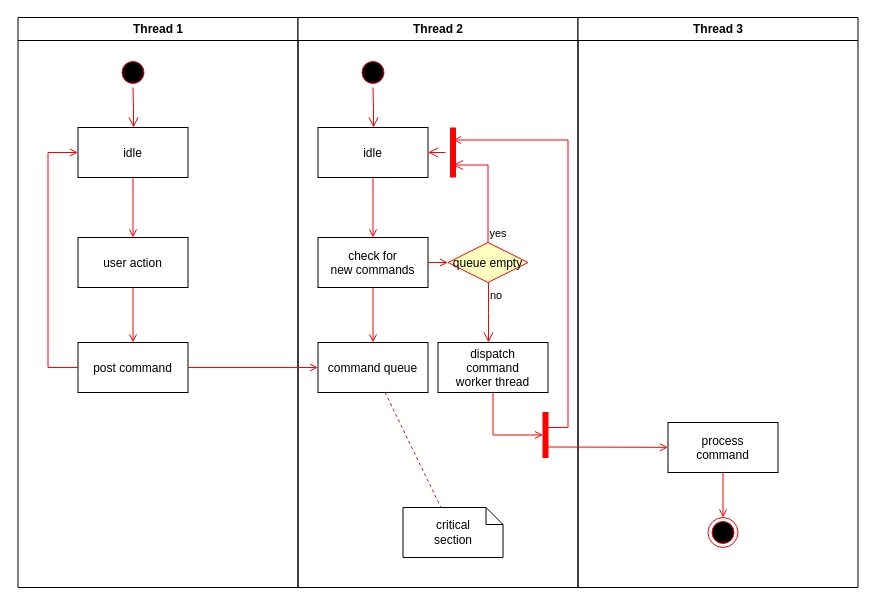
Earlier version of the draw.io diagram Chat Activity Diagram.drawio (Arisa-Ndreu/test). Source tidied: cells renumbered, new cells numbered last; positions are measured from the earlier drawing's top-left corner, leaving out a move shared by most shapes. Both pictures are drawn from the tidied source at 100%, with x=0, y=0 at pixel (17, 17).
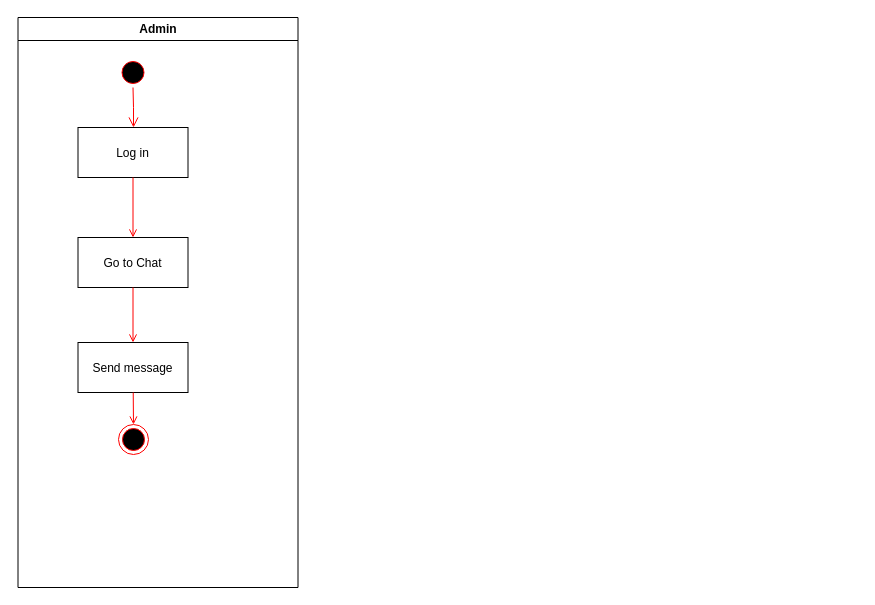
The same diagram, later.

Diff of the diagram source:
```diff
@@
-    <mxCell id="2" value="Thread 1" style="swimlane;whiteSpace=wrap;" parent="1" vertex="1">
+    <mxCell id="2" value="Admin" style="swimlane;whiteSpace=wrap;" parent="1" vertex="1">
       <mxGeometry x="0.5" width="280" height="570" as="geometry" />
     </mxCell>
@@
-    <mxCell id="5" value="idle" parent="2" vertex="1">
+    <mxCell id="5" value="Log in" parent="2" vertex="1">
       <mxGeometry x="60" y="110" width="110" height="50" as="geometry" />
     </mxCell>
-    <mxCell id="6" value="user action" parent="2" vertex="1">
+    <mxCell id="6" value="Go to Chat" parent="2" vertex="1">
       <mxGeometry x="60" y="220" width="110" height="50" as="geometry" />
     </mxCell>
@@
-    <mxCell id="8" value="post command" parent="2" vertex="1">
+    <mxCell id="8" value="Send message" parent="2" vertex="1">
       <mxGeometry x="60" y="325" width="110" height="50" as="geometry" />
     </mxCell>
@@
-    <mxCell id="10" style="edgeStyle=elbowEdgeStyle;elbow=horizontal;strokeColor=#FF0000;endArrow=open;endFill=1;rounded=0;" parent="2" edge="1" source="8" target="5">
-      <mxGeometry relative="1" as="geometry">
-        <Array as="points">
-          <mxPoint x="30" y="250" />
-        </Array>
-      </mxGeometry>
-    </mxCell>
-    <mxCell id="11" value="Thread 2" style="swimlane;whiteSpace=wrap;" parent="1" vertex="1">
-      <mxGeometry x="280.5" width="280" height="570" as="geometry" />
-    </mxCell>
-    <mxCell id="12" style="ellipse;shape=startState;fillColor=#000000;strokeColor=#ff0000;" parent="11" vertex="1">
-      <mxGeometry x="60" y="40" width="30" height="30" as="geometry" />
-    </mxCell>
-    <mxCell id="13" style="edgeStyle=elbowEdgeStyle;elbow=horizontal;verticalAlign=bottom;endArrow=open;endSize=8;strokeColor=#FF0000;endFill=1;rounded=0;" parent="11" edge="1" source="12" target="14">
-      <mxGeometry x="40" y="20" as="geometry" />
-    </mxCell>
-    <mxCell id="14" value="idle" parent="11" vertex="1">
-      <mxGeometry x="20" y="110" width="110" height="50" as="geometry" />
-    </mxCell>
-    <mxCell id="15" value="check for &#10;new commands" parent="11" vertex="1">
-      <mxGeometry x="20" y="220" width="110" height="50" as="geometry" />
-    </mxCell>
-    <mxCell id="16" style="endArrow=open;strokeColor=#FF0000;endFill=1;rounded=0;" parent="11" edge="1" source="14" target="15">
-      <mxGeometry relative="1" as="geometry" />
-    </mxCell>
-    <mxCell id="17" value="command queue" parent="11" vertex="1">
-      <mxGeometry x="20" y="325" width="110" height="50" as="geometry" />
-    </mxCell>
-    <mxCell id="18" style="endArrow=open;strokeColor=#FF0000;endFill=1;rounded=0;" parent="11" edge="1" source="15" target="17">
-      <mxGeometry relative="1" as="geometry" />
-    </mxCell>
-    <mxCell id="19" value="queue empty" style="rhombus;fillColor=#ffffc0;strokeColor=#ff0000;" parent="11" vertex="1">
-      <mxGeometry x="150" y="225" width="80" height="40" as="geometry" />
-    </mxCell>
-    <mxCell id="20" value="yes" style="edgeStyle=elbowEdgeStyle;elbow=horizontal;align=left;verticalAlign=bottom;endArrow=open;endSize=8;strokeColor=#FF0000;exitX=0.5;exitY=0;endFill=1;rounded=0;entryX=0.75;entryY=0.5;entryPerimeter=0;" parent="11" edge="1" source="19" target="23">
-      <mxGeometry x="-1" relative="1" as="geometry">
-        <Array as="points">
-          <mxPoint x="190" y="180" />
-        </Array>
-      </mxGeometry>
-    </mxCell>
-    <mxCell id="21" value="no" style="edgeStyle=elbowEdgeStyle;elbow=horizontal;align=left;verticalAlign=top;endArrow=open;endSize=8;strokeColor=#FF0000;endFill=1;rounded=0;" parent="11" edge="1" source="19" target="25">
-      <mxGeometry x="-1" relative="1" as="geometry" />
-    </mxCell>
-    <mxCell id="22" style="endArrow=open;strokeColor=#FF0000;endFill=1;rounded=0;" parent="11" edge="1" source="15" target="19">
-      <mxGeometry relative="1" as="geometry" />
-    </mxCell>
-    <mxCell id="23" style="shape=line;strokeWidth=6;strokeColor=#ff0000;rotation=90;" parent="11" vertex="1">
-      <mxGeometry x="130" y="127.5" width="50" height="15" as="geometry" />
-    </mxCell>
-    <mxCell id="24" style="edgeStyle=elbowEdgeStyle;elbow=horizontal;verticalAlign=bottom;endArrow=open;endSize=8;strokeColor=#FF0000;endFill=1;rounded=0;" parent="11" edge="1" source="23" target="14">
-      <mxGeometry x="130" y="90" as="geometry" />
-    </mxCell>
-    <mxCell id="25" value="dispatch&#10;command&#10;worker thread" parent="11" vertex="1">
-      <mxGeometry x="140" y="325" width="110" height="50" as="geometry" />
-    </mxCell>
-    <mxCell id="26" value="critical&#10;section" style="shape=note;whiteSpace=wrap;size=17;" parent="11" vertex="1">
-      <mxGeometry x="105" y="490" width="100" height="50" as="geometry" />
-    </mxCell>
-    <mxCell id="27" style="endArrow=none;strokeColor=#FF0000;endFill=0;rounded=0;dashed=1;" parent="11" edge="1" source="17" target="26">
-      <mxGeometry relative="1" as="geometry" />
-    </mxCell>
-    <mxCell id="28" style="whiteSpace=wrap;strokeColor=#FF0000;fillColor=#FF0000;" parent="11" vertex="1">
-      <mxGeometry x="245" y="395" width="5" height="45" as="geometry" />
-    </mxCell>
-    <mxCell id="29" style="edgeStyle=elbowEdgeStyle;elbow=horizontal;entryX=0;entryY=0.5;strokeColor=#FF0000;endArrow=open;endFill=1;rounded=0;" parent="11" edge="1" source="25" target="28">
-      <mxGeometry relative="1" as="geometry">
-        <Array as="points">
-          <mxPoint x="195" y="400" />
-        </Array>
-      </mxGeometry>
-    </mxCell>
-    <mxCell id="30" value="Thread 3" style="swimlane;whiteSpace=wrap;" parent="1" vertex="1">
-      <mxGeometry x="560.5" width="280" height="570" as="geometry" />
-    </mxCell>
-    <mxCell id="31" value="process&#10;command" parent="30" vertex="1">
-      <mxGeometry x="90" y="405" width="110" height="50" as="geometry" />
-    </mxCell>
-    <mxCell id="32" style="edgeStyle=elbowEdgeStyle;elbow=horizontal;strokeColor=#FF0000;endArrow=open;endFill=1;rounded=0;entryX=0.25;entryY=0.5;entryPerimeter=0;" parent="30" edge="1" target="23">
-      <mxGeometry relative="1" as="geometry">
-        <mxPoint x="-30" y="410" as="sourcePoint" />
-        <Array as="points">
-          <mxPoint x="-10" y="135" />
-        </Array>
-      </mxGeometry>
-    </mxCell>
-    <mxCell id="33" style="edgeStyle=none;strokeColor=#FF0000;endArrow=open;endFill=1;rounded=0;" parent="30" edge="1" target="31">
-      <mxGeometry relative="1" as="geometry">
-        <mxPoint x="-30" y="429.5" as="sourcePoint" />
-      </mxGeometry>
-    </mxCell>
-    <mxCell id="34" style="ellipse;shape=endState;fillColor=#000000;strokeColor=#ff0000;" parent="30" vertex="1">
-      <mxGeometry x="130" y="500" width="30" height="30" as="geometry" />
-    </mxCell>
-    <mxCell id="35" style="endArrow=open;strokeColor=#FF0000;endFill=1;rounded=0;" parent="30" edge="1" source="31" target="34">
-      <mxGeometry relative="1" as="geometry" />
-    </mxCell>
-    <mxCell id="36" style="endArrow=open;strokeColor=#FF0000;endFill=1;rounded=0;" parent="1" edge="1" source="8" target="17">
+    <mxCell id="36" style="endArrow=open;strokeColor=#FF0000;endFill=1;rounded=0;" parent="1" edge="1" source="8" target="37">
       <mxGeometry relative="1" as="geometry" />
     </mxCell>
+    <mxCell id="37" style="ellipse;html=1;shape=endState;fillColor=#000000;strokeColor=#ff0000;" parent="1" vertex="1">
+      <mxGeometry x="101" y="407" width="30" height="30" as="geometry" />
+    </mxCell>
```
